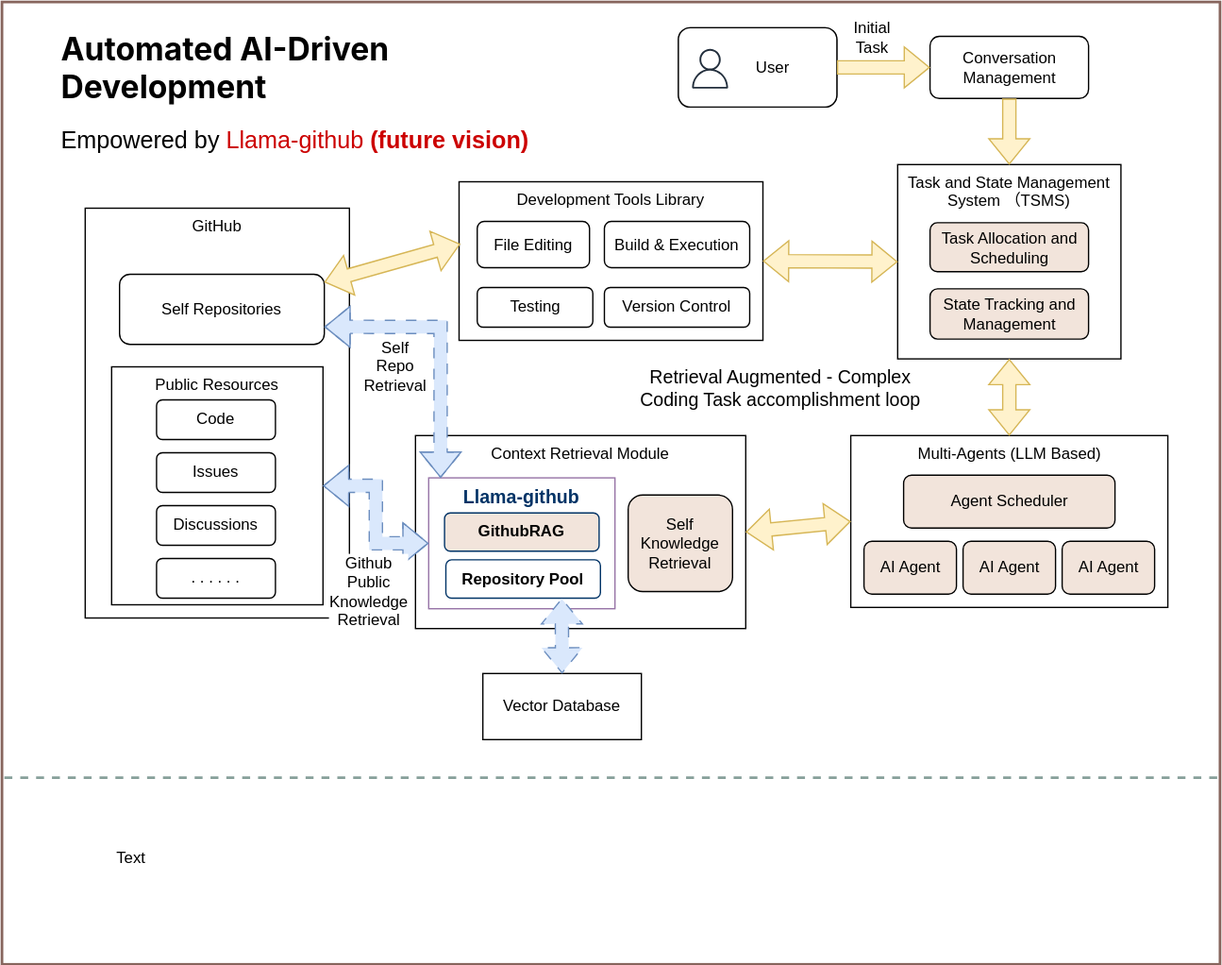
The draw.io diagram docs/vision.drawio.svg in JetXu-LLM/llama-github, before a commit. Source tidied: cells renumbered, new cells last; positions are measured from the earlier drawing's top-left corner, leaving out a move shared by most shapes.
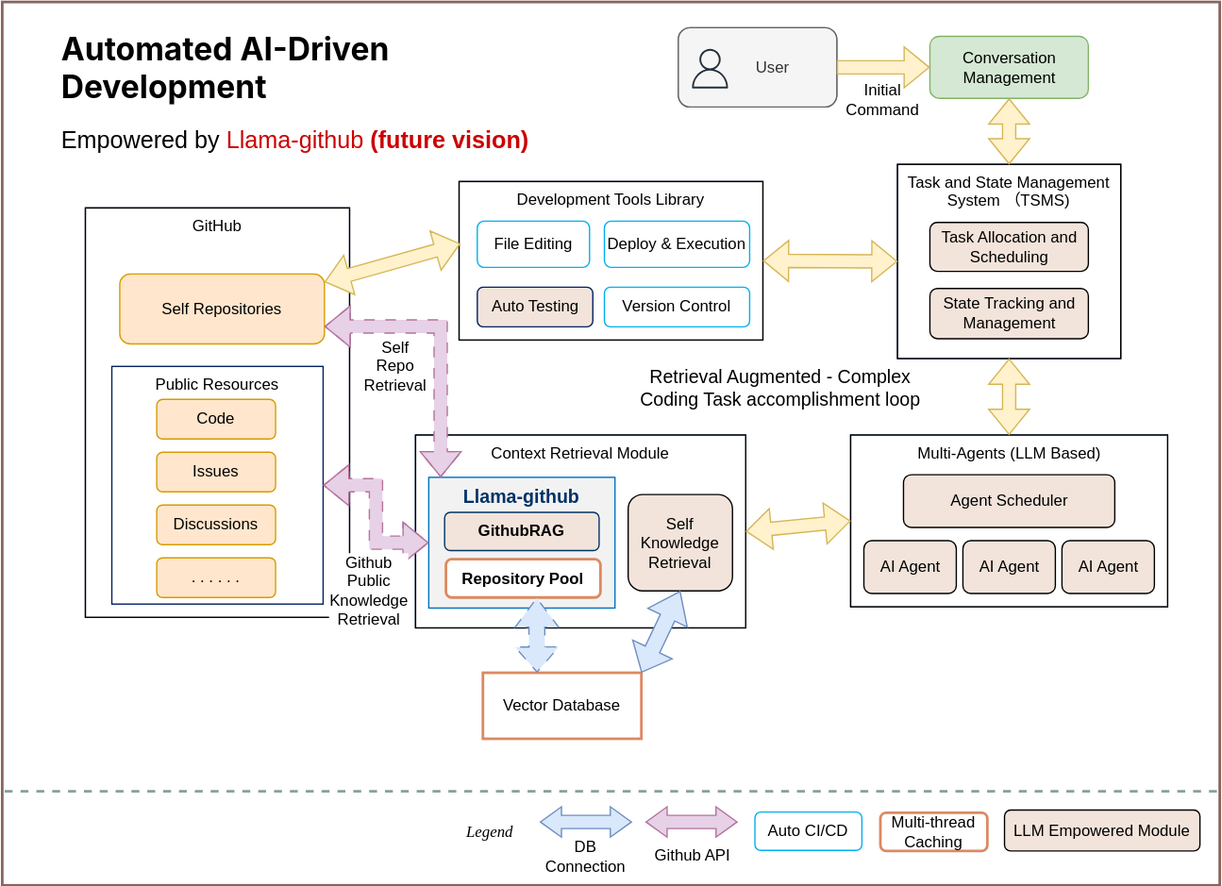
The same file after the commit.

The edit, as a diff of the source:
```diff
@@ -5,3 +5,3 @@
     <mxCell id="2" style="rounded=0;whiteSpace=wrap;html=1;strokeColor=#87655D;strokeWidth=2;" parent="1" vertex="1">
-      <mxGeometry width="922" height="728" as="geometry" />
+      <mxGeometry width="922" height="669" as="geometry" />
     </mxCell>
@@ -10,9 +10,9 @@
     </mxCell>
-    <mxCell id="4" value="Conversation Management" style="rounded=1;whiteSpace=wrap;html=1;align=center;fillColor=#FFFFFF;" parent="1" vertex="1">
+    <mxCell id="4" value="Conversation Management" style="rounded=1;whiteSpace=wrap;html=1;align=center;fillColor=#d5e8d4;strokeColor=#82b366;" parent="1" vertex="1">
       <mxGeometry x="702.5" y="26" width="120" height="47" as="geometry" />
     </mxCell>
-    <mxCell id="5" style="group;fillColor=#E8D3C8;fontColor=#333333;strokeColor=#666666;rounded=1;" parent="1" vertex="1">
+    <mxCell id="5" style="group;fillColor=#f5f5f5;fontColor=#333333;strokeColor=#666666;rounded=1;" parent="1" vertex="1">
       <mxGeometry x="512" y="19.5" width="120" height="60" as="geometry" />
     </mxCell>
-    <mxCell id="6" value="&amp;nbsp; &amp;nbsp; &amp;nbsp; &amp;nbsp;User" style="rounded=1;whiteSpace=wrap;html=1;align=center;fillColor=#FFFFFF;" parent="5" vertex="1">
+    <mxCell id="6" value="&amp;nbsp; &amp;nbsp; &amp;nbsp; &amp;nbsp;User" style="rounded=1;whiteSpace=wrap;html=1;align=center;fillColor=#f5f5f5;fontColor=#333333;strokeColor=#666666;" parent="5" vertex="1">
       <mxGeometry width="120" height="60" as="geometry" />
@@ -22,3 +22,3 @@
     </mxCell>
-    <mxCell id="8" style="group;" parent="1" vertex="1">
+    <mxCell id="8" style="group;fillColor=none;strokeColor=#002060;" parent="1" vertex="1">
       <mxGeometry x="63" y="156" width="200" height="310" as="geometry" />
@@ -28,15 +28,15 @@
     </mxCell>
-    <mxCell id="10" value="Public Resources" style="rounded=0;whiteSpace=wrap;html=1;labelPosition=center;verticalLabelPosition=middle;align=center;verticalAlign=top;fillColor=#FFFFFF;" parent="8" vertex="1">
+    <mxCell id="10" value="Public Resources" style="rounded=0;whiteSpace=wrap;html=1;labelPosition=center;verticalLabelPosition=middle;align=center;verticalAlign=top;fillColor=#FFFFFF;strokeColor=#002060;" parent="8" vertex="1">
       <mxGeometry x="20" y="120" width="160" height="180" as="geometry" />
     </mxCell>
-    <mxCell id="11" value="&lt;div&gt;Self Repositories&lt;/div&gt;" style="rounded=1;whiteSpace=wrap;html=1;align=center;fillColor=#FFFFFF;" parent="8" vertex="1">
+    <mxCell id="11" value="&lt;div&gt;Self Repositories&lt;/div&gt;" style="rounded=1;whiteSpace=wrap;html=1;align=center;fillColor=#ffe6cc;strokeColor=#d79b00;" parent="8" vertex="1">
       <mxGeometry x="26" y="50" width="155" height="53" as="geometry" />
     </mxCell>
-    <mxCell id="12" value="Code" style="rounded=1;whiteSpace=wrap;html=1;align=center;fillColor=#FFFFFF;" parent="8" vertex="1">
+    <mxCell id="12" value="Code" style="rounded=1;whiteSpace=wrap;html=1;align=center;fillColor=#ffe6cc;strokeColor=#d79b00;" parent="8" vertex="1">
       <mxGeometry x="54" y="145" width="90" height="30" as="geometry" />
     </mxCell>
-    <mxCell id="13" value="Issues" style="rounded=1;whiteSpace=wrap;html=1;align=center;fillColor=#FFFFFF;" parent="8" vertex="1">
+    <mxCell id="13" value="Issues" style="rounded=1;whiteSpace=wrap;html=1;align=center;fillColor=#ffe6cc;strokeColor=#d79b00;" parent="8" vertex="1">
       <mxGeometry x="54" y="185" width="90" height="30" as="geometry" />
     </mxCell>
-    <mxCell id="14" value="Discussions" style="rounded=1;whiteSpace=wrap;html=1;align=center;fillColor=#FFFFFF;" parent="8" vertex="1">
+    <mxCell id="14" value="Discussions" style="rounded=1;whiteSpace=wrap;html=1;align=center;fillColor=#ffe6cc;strokeColor=#d79b00;" parent="8" vertex="1">
       <mxGeometry x="54" y="225" width="90" height="30" as="geometry" />
@@ -46,6 +46,6 @@
     </mxCell>
-    <mxCell id="16" value=". . . . . ." style="rounded=1;whiteSpace=wrap;html=1;align=center;fillColor=#FFFFFF;" parent="8" vertex="1">
+    <mxCell id="16" value=". . . . . ." style="rounded=1;whiteSpace=wrap;html=1;align=center;fillColor=#ffe6cc;strokeColor=#d79b00;" parent="8" vertex="1">
       <mxGeometry x="54" y="265" width="90" height="30" as="geometry" />
     </mxCell>
-    <mxCell id="17" style="group;" parent="1" vertex="1">
+    <mxCell id="17" style="group;fillColor=none;strokeColor=#002060;" parent="1" vertex="1">
       <mxGeometry x="346" y="136" width="230" height="120" as="geometry" />
@@ -55,15 +55,15 @@
     </mxCell>
-    <mxCell id="19" value="File Editing" style="rounded=1;whiteSpace=wrap;html=1;align=center;fillColor=#FFFFFF;" parent="17" vertex="1">
+    <mxCell id="19" value="File Editing" style="rounded=1;whiteSpace=wrap;html=1;align=center;fillColor=#FFFFFF;strokeColor=#00B0F0;" parent="17" vertex="1">
       <mxGeometry x="13.8" y="30" width="85" height="35" as="geometry" />
     </mxCell>
-    <mxCell id="20" value="Build &amp;amp; Execution" style="rounded=1;whiteSpace=wrap;html=1;align=center;fillColor=#FFFFFF;" parent="17" vertex="1">
+    <mxCell id="20" value="Deploy &amp;amp; Execution" style="rounded=1;whiteSpace=wrap;html=1;align=center;fillColor=#FFFFFF;strokeColor=#00B0F0;" parent="17" vertex="1">
       <mxGeometry x="110" y="30" width="110" height="35" as="geometry" />
     </mxCell>
-    <mxCell id="21" value="Testing" style="rounded=1;whiteSpace=wrap;html=1;align=center;fillColor=#FFFFFF;" parent="17" vertex="1">
+    <mxCell id="21" value="Auto Testing" style="rounded=1;whiteSpace=wrap;html=1;align=center;fillColor=#F2E4DB;strokeColor=#002060;" parent="17" vertex="1">
       <mxGeometry x="13.8" y="80" width="87.5" height="30" as="geometry" />
     </mxCell>
-    <mxCell id="22" value="Version Control" style="rounded=1;whiteSpace=wrap;html=1;align=center;fillColor=#FFFFFF;" parent="17" vertex="1">
+    <mxCell id="22" value="Version Control" style="rounded=1;whiteSpace=wrap;html=1;align=center;fillColor=#FFFFFF;strokeColor=#00B0F0;" parent="17" vertex="1">
       <mxGeometry x="110" y="80" width="110" height="30" as="geometry" />
     </mxCell>
-    <mxCell id="23" style="group;verticalAlign=top;" parent="1" vertex="1">
+    <mxCell id="23" style="group;verticalAlign=top;fillColor=#E7ECEB;fontColor=#333333;strokeColor=#002060;" parent="1" vertex="1">
       <mxGeometry x="313" y="328" width="250" height="146" as="geometry" />
@@ -73,3 +73,3 @@
     </mxCell>
-    <mxCell id="25" value="&lt;b&gt;&lt;font color=&quot;#003366&quot; style=&quot;font-size: 14px;&quot;&gt;Llama-github&lt;/font&gt;&lt;/b&gt;" style="rounded=0;whiteSpace=wrap;html=1;align=center;verticalAlign=top;fillColor=#FFFFFF;strokeColor=#9673a6;" parent="23" vertex="1">
+    <mxCell id="25" value="&lt;b&gt;&lt;font color=&quot;#003366&quot; style=&quot;font-size: 14px;&quot;&gt;Llama-github&lt;/font&gt;&lt;/b&gt;" style="rounded=0;whiteSpace=wrap;html=1;align=center;verticalAlign=top;fillColor=#F2F2F2;strokeColor=#0070C0;" parent="23" vertex="1">
       <mxGeometry x="10" y="32" width="141" height="99" as="geometry" />
@@ -79,3 +79,3 @@
     </mxCell>
-    <mxCell id="27" value="&lt;b&gt;Repository Pool&lt;/b&gt;" style="rounded=1;whiteSpace=wrap;html=1;align=center;fillColor=#FFFFFF;strokeColor=#003366;" parent="23" vertex="1">
+    <mxCell id="27" value="&lt;b&gt;Repository Pool&lt;/b&gt;" style="rounded=1;whiteSpace=wrap;html=1;align=center;fillColor=#FFFFFF;strokeColor=#DC8961;strokeWidth=2;" parent="23" vertex="1">
       <mxGeometry x="23" y="94" width="117" height="29" as="geometry" />
@@ -85,3 +85,3 @@
     </mxCell>
-    <mxCell id="29" style="group;" parent="1" vertex="1">
+    <mxCell id="29" style="group;strokeColor=#002060;" parent="1" vertex="1">
       <mxGeometry x="642.5" y="328" width="240" height="130" as="geometry" />
@@ -108,9 +108,12 @@
     </mxCell>
-    <mxCell id="36" value="Vector Database" style="rounded=0;whiteSpace=wrap;html=1;fillColor=#FFFFFF;" parent="1" vertex="1">
+    <mxCell id="36" value="Vector Database" style="rounded=0;whiteSpace=wrap;html=1;fillColor=#FFFFFF;strokeColor=#DC8961;strokeWidth=2;" parent="1" vertex="1">
       <mxGeometry x="364" y="508" width="120" height="50" as="geometry" />
     </mxCell>
-    <mxCell id="37" style="shape=flexArrow;endArrow=classic;startArrow=classic;html=1;rounded=0;exitX=0.5;exitY=0;exitDx=0;exitDy=0;entryX=0.75;entryY=1;entryDx=0;entryDy=0;fillColor=#dae8fc;strokeColor=#6c8ebf;flowAnimation=1;flowAnimationDuration=1000;" parent="1" edge="1" source="36" target="27">
-      <mxGeometry relative="1" as="geometry" />
+    <mxCell id="37" style="shape=flexArrow;endArrow=classic;startArrow=classic;html=1;rounded=0;exitX=0.5;exitY=0;exitDx=0;exitDy=0;entryX=0.75;entryY=1;entryDx=0;entryDy=0;fillColor=#dae8fc;strokeColor=#6c8ebf;flowAnimation=1;flowAnimationDuration=1000;width=12;endSize=6.99;" parent="1" edge="1">
+      <mxGeometry relative="1" as="geometry">
+        <mxPoint x="405" y="508" as="sourcePoint" />
+        <mxPoint x="404.8" y="451" as="targetPoint" />
+      </mxGeometry>
     </mxCell>
-    <mxCell id="38" style="shape=flexArrow;endArrow=classic;startArrow=classic;html=1;rounded=0;entryX=0;entryY=0.5;entryDx=0;entryDy=0;fillColor=#dae8fc;strokeColor=#6c8ebf;flowAnimation=1;endSize=6;edgeStyle=orthogonalEdgeStyle;flowAnimationDuration=1000;" parent="1" edge="1" source="10" target="25">
+    <mxCell id="38" style="shape=flexArrow;endArrow=classic;startArrow=classic;html=1;rounded=0;entryX=0;entryY=0.5;entryDx=0;entryDy=0;fillColor=#E6D1E7;strokeColor=#B5739D;flowAnimation=1;endSize=6;edgeStyle=orthogonalEdgeStyle;flowAnimationDuration=1000;" parent="1" edge="1" source="10" target="25">
       <mxGeometry relative="1" as="geometry" />
@@ -120,3 +123,3 @@
     </mxCell>
-    <mxCell id="40" style="group;" parent="1" vertex="1">
+    <mxCell id="40" style="group;strokeColor=#002060;" parent="1" vertex="1">
       <mxGeometry x="678" y="123" width="169" height="147" as="geometry" />
@@ -135,3 +138,3 @@
     </mxCell>
-    <mxCell id="45" style="shape=flexArrow;endArrow=none;startArrow=classic;html=1;rounded=0;entryX=0.5;entryY=1;entryDx=0;entryDy=0;fillColor=#fff2cc;strokeColor=#d6b656;flowAnimation=0;flowAnimationDuration=1000;endFill=0;" parent="1" edge="1" source="41" target="4">
+    <mxCell id="45" style="shape=flexArrow;endArrow=block;startArrow=classic;html=1;rounded=0;entryX=0.5;entryY=1;entryDx=0;entryDy=0;fillColor=#fff2cc;strokeColor=#d6b656;flowAnimation=0;flowAnimationDuration=1000;endFill=0;" parent="1" edge="1" source="41" target="4">
       <mxGeometry relative="1" as="geometry" />
@@ -144,3 +147,3 @@
     </mxCell>
-    <mxCell id="48" style="shape=flexArrow;endArrow=classic;startArrow=classic;html=1;rounded=0;fillColor=#dae8fc;strokeColor=#6c8ebf;flowAnimation=1;endSize=6;edgeStyle=orthogonalEdgeStyle;exitX=1;exitY=0.75;exitDx=0;exitDy=0;flowAnimationDuration=1000;entryX=0.064;entryY=0;entryDx=0;entryDy=0;entryPerimeter=0;" parent="1" edge="1" source="11" target="25">
+    <mxCell id="48" style="shape=flexArrow;endArrow=classic;startArrow=classic;html=1;rounded=0;fillColor=#E6D1E7;strokeColor=#B5739D;flowAnimation=1;endSize=6;edgeStyle=orthogonalEdgeStyle;exitX=1;exitY=0.75;exitDx=0;exitDy=0;flowAnimationDuration=1000;entryX=0.064;entryY=0;entryDx=0;entryDy=0;entryPerimeter=0;" parent="1" edge="1" source="11" target="25">
       <mxGeometry relative="1" as="geometry">
@@ -151,4 +154,4 @@
     </mxCell>
-    <mxCell id="49" value="Initial&lt;div&gt;Task&lt;/div&gt;" style="text;html=1;align=center;verticalAlign=middle;whiteSpace=wrap;rounded=0;" parent="1" vertex="1">
-      <mxGeometry x="629" y="12" width="60" height="30" as="geometry" />
+    <mxCell id="49" value="Initial&lt;div&gt;Command&lt;/div&gt;" style="text;html=1;align=center;verticalAlign=middle;whiteSpace=wrap;rounded=0;" parent="1" vertex="1">
+      <mxGeometry x="637" y="59" width="60" height="30" as="geometry" />
     </mxCell>
@@ -163,8 +166,41 @@
     </mxCell>
-    <mxCell id="53" style="endArrow=none;html=1;rounded=0;entryX=1;entryY=0.806;entryDx=0;entryDy=0;entryPerimeter=0;exitX=0.002;exitY=0.806;exitDx=0;exitDy=0;exitPerimeter=0;dashed=1;strokeWidth=2;strokeColor=#87A09A;" parent="1" edge="1" source="2" target="2">
-      <mxGeometry relative="1" as="geometry" />
+    <mxCell id="53" style="endArrow=none;html=1;rounded=0;entryX=1;entryY=0.806;entryDx=0;entryDy=0;entryPerimeter=0;exitX=0.002;exitY=0.806;exitDx=0;exitDy=0;exitPerimeter=0;dashed=1;strokeWidth=2;strokeColor=#87A09A;" parent="1" edge="1">
+      <mxGeometry relative="1" as="geometry">
+        <mxPoint x="1.8" y="597.8" as="sourcePoint" />
+        <mxPoint x="922" y="597.8" as="targetPoint" />
+      </mxGeometry>
     </mxCell>
-    <mxCell id="54" value="Text" style="text;html=1;align=center;verticalAlign=middle;whiteSpace=wrap;rounded=0;" parent="1" vertex="1">
-      <mxGeometry x="68" y="633" width="60" height="30" as="geometry" />
+    <mxCell id="54" value="&lt;font style=&quot;font-size: 12px;&quot; face=&quot;Comic Sans MS&quot;&gt;&lt;i style=&quot;font-size: 12px;&quot;&gt;Legend&lt;/i&gt;&lt;/font&gt;" style="text;html=1;align=center;verticalAlign=middle;whiteSpace=wrap;rounded=0;fontSize=12;" parent="1" vertex="1">
+      <mxGeometry x="336" y="614" width="67" height="30" as="geometry" />
     </mxCell>
+    <mxCell id="55" value="LLM Empowered Module" style="rounded=1;whiteSpace=wrap;html=1;align=center;fillColor=#F2E4DB;" parent="1" vertex="1">
+      <mxGeometry x="759" y="612" width="148" height="31" as="geometry" />
+    </mxCell>
+    <mxCell id="56" style="shape=flexArrow;endArrow=classic;startArrow=classic;html=1;rounded=0;fillColor=#E6D1E7;strokeColor=#B5739D;flowAnimation=0;flowAnimationDuration=1000;endWidth=12;endSize=5;startWidth=12;startSize=5;" parent="1" edge="1">
+      <mxGeometry relative="1" as="geometry">
+        <mxPoint x="487" y="621" as="sourcePoint" />
+        <mxPoint x="557" y="621" as="targetPoint" />
+      </mxGeometry>
+    </mxCell>
+    <mxCell id="57" value="Github API" style="text;html=1;align=center;verticalAlign=middle;whiteSpace=wrap;rounded=0;" parent="1" vertex="1">
+      <mxGeometry x="493" y="632" width="60" height="30" as="geometry" />
+    </mxCell>
+    <mxCell id="58" value="Multi-thread Caching" style="rounded=1;whiteSpace=wrap;html=1;align=center;fillColor=#FFFFFF;strokeColor=#DC8961;strokeWidth=2;" parent="1" vertex="1">
+      <mxGeometry x="665" y="614" width="81" height="29" as="geometry" />
+    </mxCell>
+    <mxCell id="59" style="shape=flexArrow;endArrow=classic;startArrow=classic;html=1;rounded=0;exitX=1;exitY=0;exitDx=0;exitDy=0;entryX=0.5;entryY=1;entryDx=0;entryDy=0;fillColor=#dae8fc;strokeColor=#6c8ebf;flowAnimation=0;flowAnimationDuration=1000;width=12;endSize=6.99;" parent="1" edge="1" source="36" target="26">
+      <mxGeometry relative="1" as="geometry" />
+    </mxCell>
+    <mxCell id="60" style="shape=flexArrow;endArrow=classic;startArrow=classic;html=1;rounded=0;fillColor=#DAE8FC;strokeColor=#6C8EBF;flowAnimation=0;flowAnimationDuration=1000;endWidth=12;endSize=5;startWidth=12;startSize=5;" parent="1" edge="1">
+      <mxGeometry relative="1" as="geometry">
+        <mxPoint x="407" y="621" as="sourcePoint" />
+        <mxPoint x="477" y="621" as="targetPoint" />
+      </mxGeometry>
+    </mxCell>
+    <mxCell id="61" value="DB Connection" style="text;html=1;align=center;verticalAlign=middle;whiteSpace=wrap;rounded=0;" parent="1" vertex="1">
+      <mxGeometry x="412" y="632" width="60" height="30" as="geometry" />
+    </mxCell>
+    <mxCell id="62" value="Auto CI/CD" style="rounded=1;whiteSpace=wrap;html=1;align=center;fillColor=#FFFFFF;strokeColor=#00B0F0;strokeWidth=1;" parent="1" vertex="1">
+      <mxGeometry x="570" y="613.5" width="81" height="29" as="geometry" />
+    </mxCell>
   </root>
```
